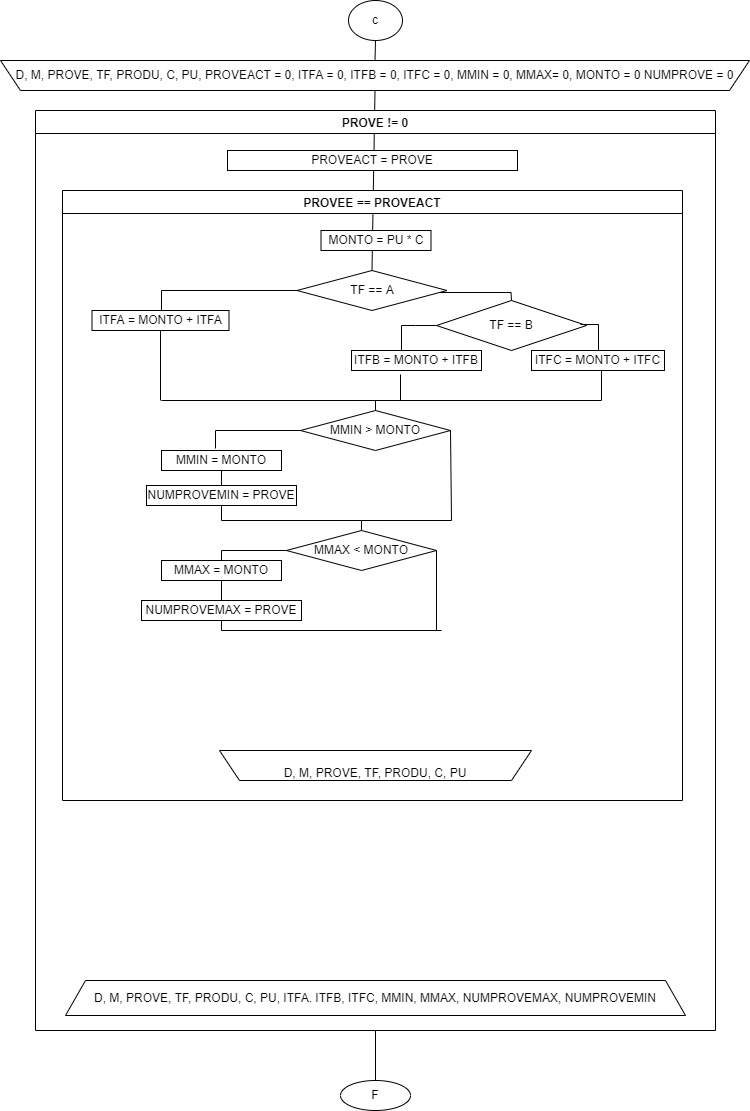
Above: Untitled Diagram.drawio.png in Ferbinand/Ferbinand (draw.io), before the change. Source tidied: cells renumbered, new cells last; positions are measured from the earlier drawing's top-left corner, leaving out a move shared by most shapes.
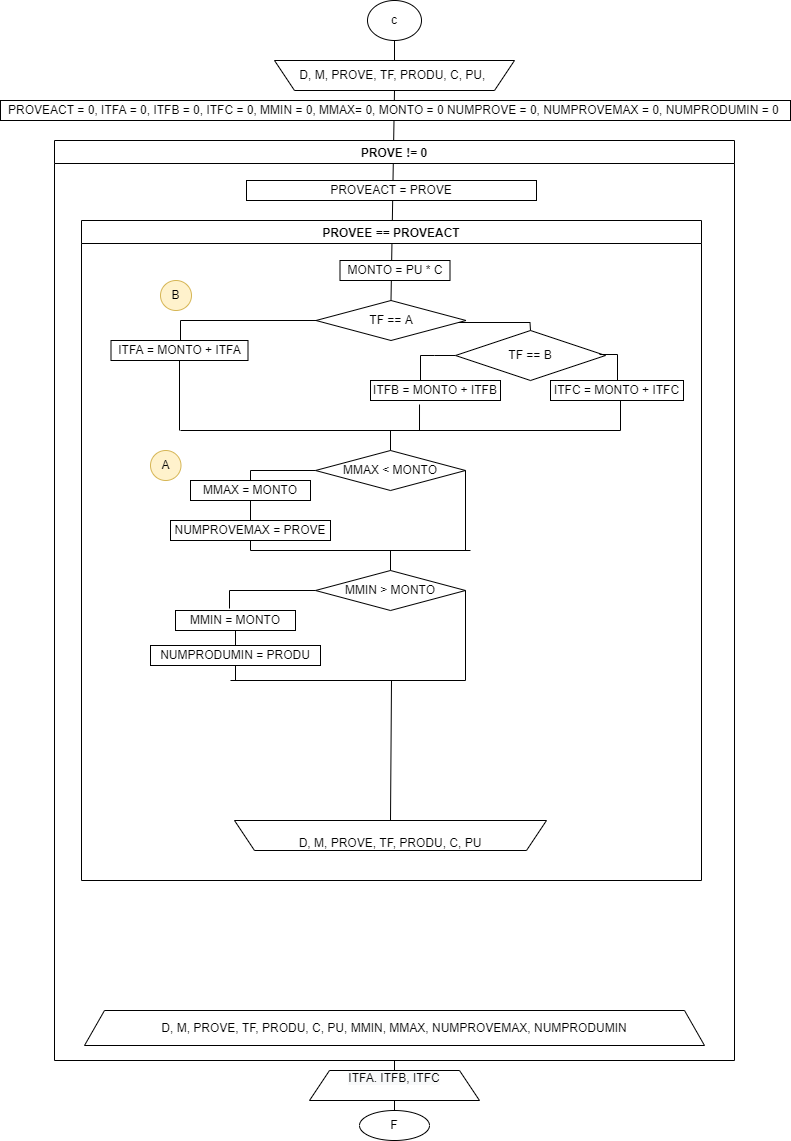
The same file after the commit.

Commit message:
1C recu corte control.png

What changed in the source:
```diff
@@ -9,16 +9,16 @@
       <mxGeometry x="348" width="54" height="40" as="geometry" />
     </mxCell>
     <mxCell id="4" value="PROVE != 0" style="swimlane;" parent="1" vertex="1">
-      <mxGeometry x="35" y="110" width="680" height="920" as="geometry" />
+      <mxGeometry x="35" y="140" width="680" height="920" as="geometry" />
     </mxCell>
     <mxCell id="5" value="PROVEACT = PROVE" style="rounded=0;whiteSpace=wrap;html=1;" parent="4" vertex="1">
       <mxGeometry x="192" y="40" width="290" height="20" as="geometry" />
     </mxCell>
     <mxCell id="6" value="PROVEE == PROVEACT" style="swimlane;" parent="4" vertex="1">
-      <mxGeometry x="27" y="80" width="620" height="610" as="geometry" />
+      <mxGeometry x="27" y="80" width="620" height="660" as="geometry" />
     </mxCell>
     <mxCell id="7" value="&lt;br style=&quot;&quot;&gt;&lt;span style=&quot;background-color: rgb(255, 255, 255);&quot;&gt;D, M, PROVE, TF, PRODU, C, PU&lt;/span&gt;" style="shape=trapezoid;perimeter=trapezoidPerimeter;whiteSpace=wrap;html=1;fixedSize=1;flipV=1;" parent="6" vertex="1">
-      <mxGeometry x="157" y="560" width="312" height="30" as="geometry" />
+      <mxGeometry x="153" y="600" width="312" height="30" as="geometry" />
     </mxCell>
     <mxCell id="8" value="TF == A" style="rhombus;whiteSpace=wrap;html=1;" parent="6" vertex="1">
       <mxGeometry x="234.5" y="80" width="150" height="40" as="geometry" />
@@ -84,63 +84,72 @@
     <mxCell id="19" value="MONTO = PU * C" style="rounded=0;whiteSpace=wrap;html=1;" parent="6" vertex="1">
       <mxGeometry x="258.5" y="40" width="110" height="20" as="geometry" />
     </mxCell>
-    <mxCell id="20" value="MMIN &amp;gt; MONTO" style="rhombus;whiteSpace=wrap;html=1;" parent="6" vertex="1">
-      <mxGeometry x="238" y="220" width="150" height="40" as="geometry" />
-    </mxCell>
-    <mxCell id="21" value="MMIN = MONTO" style="rounded=0;whiteSpace=wrap;html=1;" parent="6" vertex="1">
-      <mxGeometry x="99" y="260" width="120" height="20" as="geometry" />
-    </mxCell>
-    <mxCell id="22" value="NUMPROVEMIN = PROVE" style="rounded=0;whiteSpace=wrap;html=1;" parent="6" vertex="1">
-      <mxGeometry x="84" y="295" width="150" height="20" as="geometry" />
-    </mxCell>
     <mxCell id="23" value="ITFB = MONTO + ITFB" style="rounded=0;whiteSpace=wrap;html=1;" parent="6" vertex="1">
       <mxGeometry x="289" y="160" width="130" height="20" as="geometry" />
     </mxCell>
     <mxCell id="24" value="MMAX &amp;lt; MONTO" style="rhombus;whiteSpace=wrap;html=1;" parent="6" vertex="1">
-      <mxGeometry x="224" y="340" width="150" height="40" as="geometry" />
+      <mxGeometry x="234" y="230" width="150" height="40" as="geometry" />
     </mxCell>
     <mxCell id="25" value="MMAX = MONTO" style="rounded=0;whiteSpace=wrap;html=1;" parent="6" vertex="1">
-      <mxGeometry x="99" y="370" width="120" height="20" as="geometry" />
+      <mxGeometry x="109" y="260" width="120" height="20" as="geometry" />
     </mxCell>
     <mxCell id="26" value="NUMPROVEMAX = PROVE" style="rounded=0;whiteSpace=wrap;html=1;" parent="6" vertex="1">
-      <mxGeometry x="79" y="410" width="160" height="20" as="geometry" />
+      <mxGeometry x="89" y="300" width="160" height="20" as="geometry" />
     </mxCell>
+    <mxCell id="30" style="endArrow=none;html=1;rounded=0;entryX=0;entryY=0.5;entryDx=0;entryDy=0;exitX=0.5;exitY=0;exitDx=0;exitDy=0;" parent="6" edge="1" source="25" target="24">
+      <mxGeometry relative="1" as="geometry">
+        <Array as="points">
+          <mxPoint x="169" y="250" />
+        </Array>
+      </mxGeometry>
+    </mxCell>
+    <mxCell id="31" style="endArrow=none;html=1;rounded=0;entryX=0.5;entryY=1;entryDx=0;entryDy=0;exitX=0.5;exitY=0;exitDx=0;exitDy=0;" parent="6" edge="1" source="26" target="25">
+      <mxGeometry relative="1" as="geometry" />
+    </mxCell>
+    <mxCell id="44" value="A" style="ellipse;whiteSpace=wrap;html=1;fillColor=#fff2cc;strokeColor=#d6b656;" parent="6" vertex="1">
+      <mxGeometry x="69" y="230" width="30.5" height="30" as="geometry" />
+    </mxCell>
+    <mxCell id="45" value="B" style="ellipse;whiteSpace=wrap;html=1;fillColor=#fff2cc;strokeColor=#d6b656;" parent="6" vertex="1">
+      <mxGeometry x="79" y="60" width="31" height="30" as="geometry" />
+    </mxCell>
+    <mxCell id="20" value="MMIN &amp;gt; MONTO" style="rhombus;whiteSpace=wrap;html=1;" parent="6" vertex="1">
+      <mxGeometry x="234" y="350" width="150" height="40" as="geometry" />
+    </mxCell>
+    <mxCell id="21" value="MMIN = MONTO" style="rounded=0;whiteSpace=wrap;html=1;" parent="6" vertex="1">
+      <mxGeometry x="94" y="390" width="120" height="20" as="geometry" />
+    </mxCell>
+    <mxCell id="22" value="NUMPRODUMIN = PRODU" style="rounded=0;whiteSpace=wrap;html=1;" parent="6" vertex="1">
+      <mxGeometry x="69" y="425" width="170" height="20" as="geometry" />
+    </mxCell>
     <mxCell id="27" style="endArrow=none;html=1;rounded=0;entryX=0;entryY=0.5;entryDx=0;entryDy=0;exitX=0.45;exitY=-0.1;exitDx=0;exitDy=0;exitPerimeter=0;" parent="6" edge="1" source="21" target="20">
       <mxGeometry relative="1" as="geometry">
         <Array as="points">
-          <mxPoint x="153" y="240" />
+          <mxPoint x="148" y="370" />
         </Array>
       </mxGeometry>
     </mxCell>
     <mxCell id="28" style="endArrow=none;html=1;rounded=0;entryX=0.5;entryY=1;entryDx=0;entryDy=0;exitX=0.5;exitY=0;exitDx=0;exitDy=0;" parent="6" edge="1" source="22" target="21">
       <mxGeometry relative="1" as="geometry" />
     </mxCell>
-    <mxCell id="29" style="endArrow=none;html=1;rounded=0;entryX=0.5;entryY=1;entryDx=0;entryDy=0;exitX=0.5;exitY=0;exitDx=0;exitDy=0;" parent="6" edge="1" source="24" target="22">
-      <mxGeometry relative="1" as="geometry">
-        <Array as="points">
-          <mxPoint x="299" y="330" />
-          <mxPoint x="159" y="330" />
-        </Array>
-      </mxGeometry>
-    </mxCell>
-    <mxCell id="30" style="endArrow=none;html=1;rounded=0;entryX=0;entryY=0.5;entryDx=0;entryDy=0;exitX=0.5;exitY=0;exitDx=0;exitDy=0;" parent="6" edge="1" source="25" target="24">
-      <mxGeometry relative="1" as="geometry">
-        <Array as="points">
-          <mxPoint x="159" y="360" />
-        </Array>
-      </mxGeometry>
-    </mxCell>
-    <mxCell id="31" style="endArrow=none;html=1;rounded=0;entryX=0.5;entryY=1;entryDx=0;entryDy=0;exitX=0.5;exitY=0;exitDx=0;exitDy=0;" parent="6" edge="1" source="26" target="25">
-      <mxGeometry relative="1" as="geometry" />
-    </mxCell>
+    <mxCell id="38" style="endArrow=none;html=1;rounded=0;entryX=1;entryY=0.5;entryDx=0;entryDy=0;" parent="6" edge="1" target="20">
+      <mxGeometry relative="1" as="geometry">
+        <mxPoint x="384" y="460" as="sourcePoint" />
+      </mxGeometry>
+    </mxCell>
+    <mxCell id="39" style="endArrow=none;html=1;rounded=0;" parent="6" edge="1">
+      <mxGeometry relative="1" as="geometry">
+        <mxPoint x="294" y="460" as="sourcePoint" />
+        <mxPoint x="384" y="460" as="targetPoint" />
+      </mxGeometry>
+    </mxCell>
-    <mxCell id="32" value="D, M, PROVE, TF, PRODU, C, PU, ITFA. ITFB, ITFC, MMIN, MMAX, NUMPROVEMAX, NUMPROVEMIN" style="shape=trapezoid;perimeter=trapezoidPerimeter;whiteSpace=wrap;html=1;fixedSize=1;" parent="4" vertex="1">
+    <mxCell id="32" value="D, M, PROVE, TF, PRODU, C, PU, MMIN, MMAX, NUMPROVEMAX, NUMPRODUMIN" style="shape=trapezoid;perimeter=trapezoidPerimeter;whiteSpace=wrap;html=1;fixedSize=1;" parent="4" vertex="1">
       <mxGeometry x="30" y="870" width="620" height="35" as="geometry" />
     </mxCell>
     <mxCell id="33" value="F" style="ellipse;whiteSpace=wrap;html=1;" parent="1" vertex="1">
-      <mxGeometry x="340" y="1080" width="70" height="30" as="geometry" />
+      <mxGeometry x="340" y="1110" width="70" height="30" as="geometry" />
     </mxCell>
-    <mxCell id="34" value="&lt;span style=&quot;&quot;&gt;D, M, PROVE, TF, PRODU, C, PU, PROVEACT = 0, ITFA = 0, ITFB = 0, ITFC = 0, MMIN = 0, MMAX= 0, MONTO = 0 NUMPROVE = 0&lt;/span&gt;" style="shape=trapezoid;perimeter=trapezoidPerimeter;whiteSpace=wrap;html=1;fixedSize=1;direction=west;" parent="1" vertex="1">
-      <mxGeometry y="60" width="749" height="30" as="geometry" />
+    <mxCell id="34" value="&lt;span style=&quot;&quot;&gt;D, M, PROVE, TF, PRODU, C, PU,&amp;nbsp;&lt;/span&gt;" style="shape=trapezoid;perimeter=trapezoidPerimeter;whiteSpace=wrap;html=1;fixedSize=1;direction=west;" parent="1" vertex="1">
+      <mxGeometry x="255" y="60" width="240" height="30" as="geometry" />
     </mxCell>
     <mxCell id="35" style="endArrow=none;html=1;rounded=0;exitX=0.5;exitY=1;exitDx=0;exitDy=0;entryX=0.5;entryY=0;entryDx=0;entryDy=0;startArrow=none;" parent="1" edge="1" source="4" target="33">
       <mxGeometry relative="1" as="geometry" />
@@ -150,40 +159,56 @@
     </mxCell>
     <mxCell id="37" style="endArrow=none;html=1;rounded=0;entryX=0.377;entryY=1.2;entryDx=0;entryDy=0;entryPerimeter=0;" parent="1" edge="1" target="23">
       <mxGeometry relative="1" as="geometry">
-        <mxPoint x="400" y="400" as="sourcePoint" />
+        <mxPoint x="400" y="430" as="sourcePoint" />
       </mxGeometry>
     </mxCell>
-    <mxCell id="38" style="endArrow=none;html=1;rounded=0;entryX=1;entryY=0.5;entryDx=0;entryDy=0;" parent="1" edge="1" target="20">
-      <mxGeometry relative="1" as="geometry">
-        <mxPoint x="451" y="520" as="sourcePoint" />
-      </mxGeometry>
-    </mxCell>
-    <mxCell id="39" style="endArrow=none;html=1;rounded=0;" parent="1" edge="1">
-      <mxGeometry relative="1" as="geometry">
-        <mxPoint x="361" y="520" as="sourcePoint" />
-        <mxPoint x="451" y="520" as="targetPoint" />
-      </mxGeometry>
-    </mxCell>
-    <mxCell id="40" style="endArrow=none;html=1;rounded=0;exitX=0.5;exitY=0;exitDx=0;exitDy=0;" parent="1" edge="1" source="20">
-      <mxGeometry relative="1" as="geometry">
-        <mxPoint x="375" y="400" as="targetPoint" />
-      </mxGeometry>
-    </mxCell>
     <mxCell id="41" style="endArrow=none;html=1;rounded=0;entryX=1;entryY=0.5;entryDx=0;entryDy=0;" parent="1" edge="1" target="24">
       <mxGeometry relative="1" as="geometry">
-        <mxPoint x="436" y="630" as="sourcePoint" />
+        <mxPoint x="446" y="550" as="sourcePoint" />
       </mxGeometry>
     </mxCell>
     <mxCell id="42" style="endArrow=none;html=1;rounded=0;" parent="1" edge="1">
       <mxGeometry relative="1" as="geometry">
-        <mxPoint x="221" y="630" as="sourcePoint" />
-        <mxPoint x="441" y="630" as="targetPoint" />
+        <mxPoint x="231" y="550" as="sourcePoint" />
+        <mxPoint x="451" y="550" as="targetPoint" />
       </mxGeometry>
     </mxCell>
     <mxCell id="43" style="endArrow=none;html=1;rounded=0;exitX=0.5;exitY=1;exitDx=0;exitDy=0;" parent="1" edge="1" source="26">
       <mxGeometry relative="1" as="geometry">
-        <mxPoint x="221" y="630" as="targetPoint" />
+        <mxPoint x="231" y="550" as="targetPoint" />
       </mxGeometry>
     </mxCell>
+    <mxCell id="46" style="endArrow=none;html=1;rounded=0;exitX=0.5;exitY=0;exitDx=0;exitDy=0;" parent="1" edge="1" source="24">
+      <mxGeometry relative="1" as="geometry">
+        <mxPoint x="371" y="430" as="targetPoint" />
+      </mxGeometry>
+    </mxCell>
+    <mxCell id="47" style="endArrow=none;html=1;rounded=0;exitX=0.5;exitY=0;exitDx=0;exitDy=0;" parent="1" edge="1" source="20">
+      <mxGeometry relative="1" as="geometry">
+        <mxPoint x="371" y="550" as="targetPoint" />
+      </mxGeometry>
+    </mxCell>
+    <mxCell id="48" style="endArrow=none;html=1;rounded=0;" parent="1" edge="1">
+      <mxGeometry relative="1" as="geometry">
+        <mxPoint x="211" y="680" as="sourcePoint" />
+        <mxPoint x="361" y="680" as="targetPoint" />
+      </mxGeometry>
+    </mxCell>
+    <mxCell id="49" style="endArrow=none;html=1;rounded=0;entryX=0.5;entryY=1;entryDx=0;entryDy=0;" parent="1" edge="1" target="22">
+      <mxGeometry relative="1" as="geometry">
+        <mxPoint x="216" y="680" as="sourcePoint" />
+      </mxGeometry>
+    </mxCell>
+    <mxCell id="50" value="&#10;&lt;span style=&quot;color: rgb(0, 0, 0); font-family: Helvetica; font-size: 12px; font-style: normal; font-variant-ligatures: normal; font-variant-caps: normal; font-weight: 400; letter-spacing: normal; orphans: 2; text-align: center; text-indent: 0px; text-transform: none; widows: 2; word-spacing: 0px; -webkit-text-stroke-width: 0px; background-color: rgb(248, 249, 250); text-decoration-thickness: initial; text-decoration-style: initial; text-decoration-color: initial; float: none; display: inline !important;&quot;&gt;ITFA. ITFB, ITFC&lt;/span&gt;&#10;&#10;" style="shape=trapezoid;perimeter=trapezoidPerimeter;whiteSpace=wrap;html=1;fixedSize=1;" parent="1" vertex="1">
+      <mxGeometry x="290" y="1070" width="170" height="30" as="geometry" />
+    </mxCell>
+    <mxCell id="51" value="&lt;span style=&quot;&quot;&gt;PROVEACT = 0, ITFA = 0, ITFB = 0, ITFC = 0, MMIN = 0, MMAX= 0, MONTO = 0 NUMPROVE = 0, NUMPROVEMAX = 0, NUMPRODUMIN = 0&amp;nbsp;&lt;/span&gt;" style="rounded=0;whiteSpace=wrap;html=1;" parent="1" vertex="1">
+      <mxGeometry x="-19" y="100" width="790" height="20" as="geometry" />
+    </mxCell>
+    <mxCell id="52" style="endArrow=none;html=1;rounded=0;exitX=0.5;exitY=0;exitDx=0;exitDy=0;" parent="1" edge="1" source="7">
+      <mxGeometry relative="1" as="geometry">
+        <mxPoint x="372" y="680" as="targetPoint" />
+      </mxGeometry>
+    </mxCell>
   </root>
 </mxGraphModel>
```
